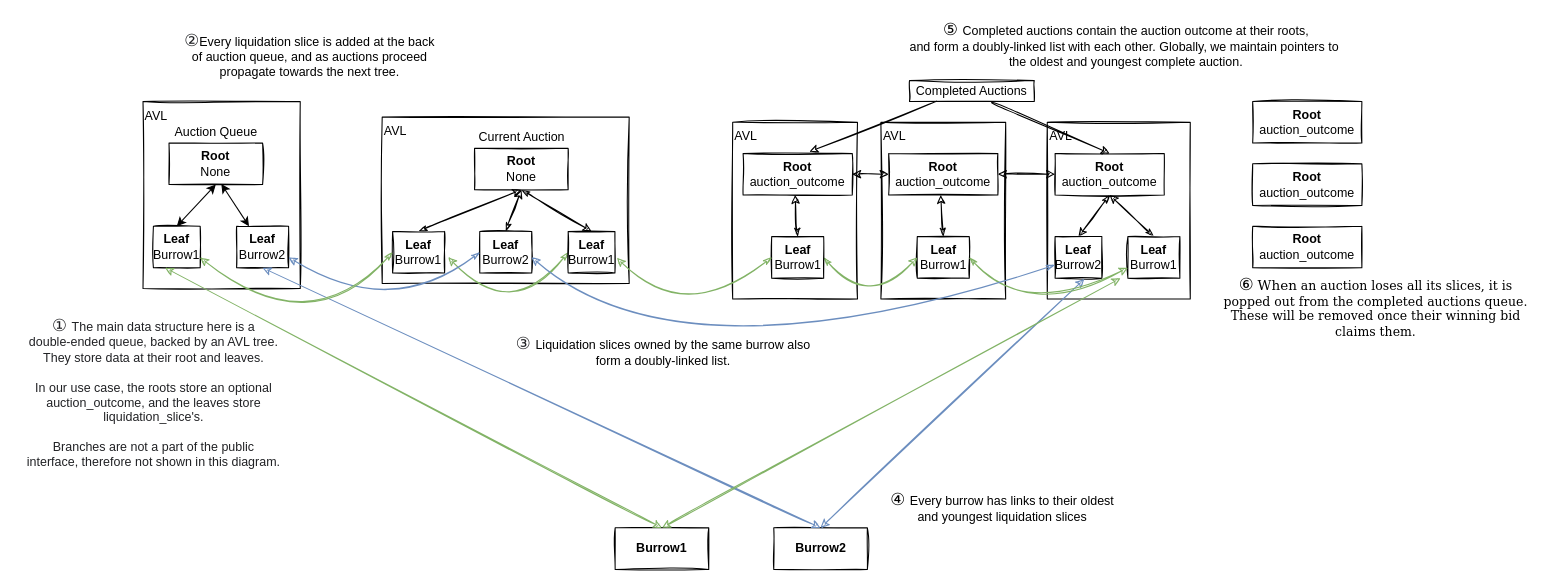
tezos-checker/checker keeps this draw.io diagram as docs/avl_diagram.drawio. Above is the earlier version. Source tidied: cells renumbered, new cells numbered last; positions are measured from the earlier drawing's top-left corner, leaving out a move shared by most shapes. Both pictures are drawn from the tidied source at 104%, with x=0, y=0 at pixel (18, 18).
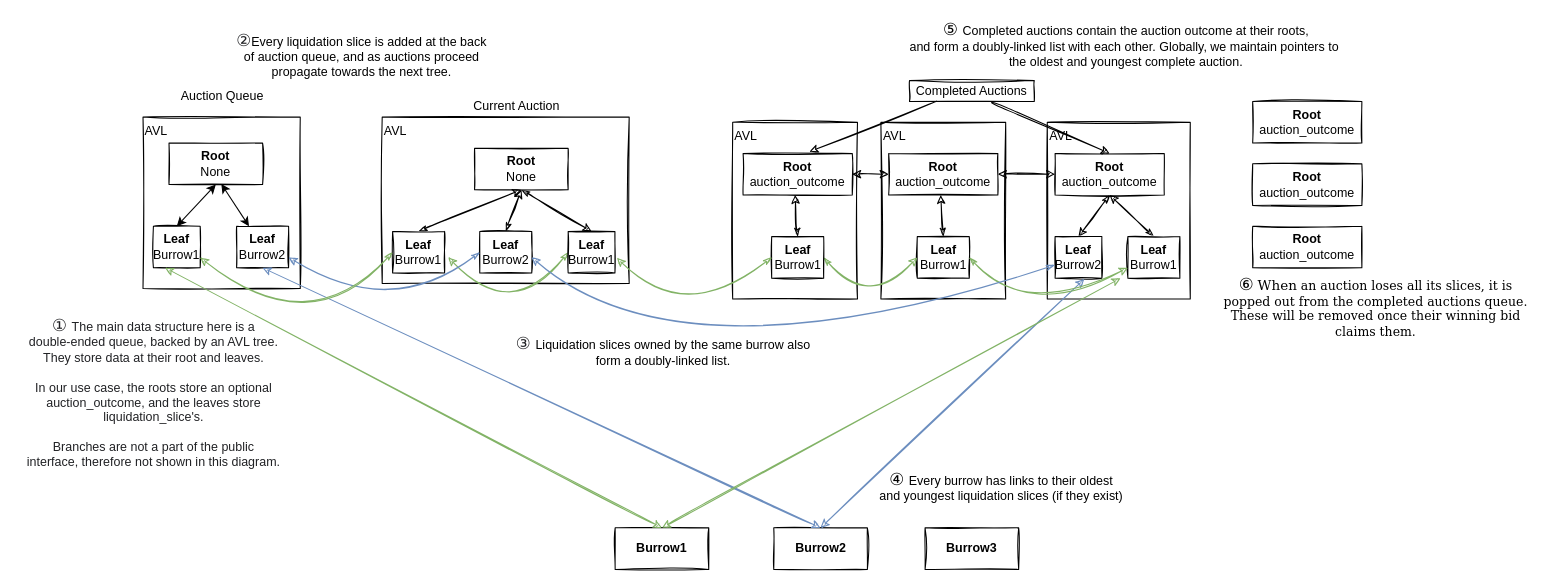
After the change.

Commit message:
Minor updates to the AVL diagram

Diff of the diagram source:
```diff
@@
     <mxCell id="6" value="AVL" style="rounded=0;whiteSpace=wrap;html=1;fillColor=none;sketch=1;align=left;verticalAlign=top;" parent="1" vertex="1">
-      <mxGeometry x="120" y="80" width="151.2" height="180" as="geometry" />
+      <mxGeometry x="120" y="95" width="151.2" height="165" as="geometry" />
     </mxCell>
@@
     <mxCell id="9" value="Current Auction&lt;br&gt;" style="text;html=1;align=center;verticalAlign=middle;sketch=1;" parent="1" vertex="1">
-      <mxGeometry x="433.8" y="105" width="100" height="20" as="geometry" />
+      <mxGeometry x="428.8" y="75" width="100" height="20" as="geometry" />
     </mxCell>
     <mxCell id="10" value="Auction Queue" style="text;html=1;align=center;verticalAlign=middle;sketch=1;" parent="1" vertex="1">
-      <mxGeometry x="145" y="100" width="90" height="20" as="geometry" />
+      <mxGeometry x="150.6" y="65" width="90" height="20" as="geometry" />
     </mxCell>
@@
-    <mxCell id="48" value="&lt;span style=&quot;font-family: &amp;#34;dejavu serif&amp;#34; ; font-size: medium&quot;&gt;④&lt;/span&gt;&lt;span style=&quot;color: rgb(32 , 33 , 36) ; font-family: &amp;#34;arial&amp;#34; , sans-serif ; font-size: 16px ; text-align: left ; background-color: rgb(255 , 255 , 255)&quot;&gt;&amp;nbsp;&lt;/span&gt;Every burrow has links to their oldest&lt;br&gt;and youngest liquidation slices" style="text;html=1;align=center;verticalAlign=middle;" parent="1" vertex="1">
-      <mxGeometry x="831" y="455" width="230" height="30" as="geometry" />
+    <mxCell id="48" value="&lt;span style=&quot;font-family: &amp;#34;dejavu serif&amp;#34; ; font-size: medium&quot;&gt;④&lt;/span&gt;&lt;span style=&quot;color: rgb(32 , 33 , 36) ; font-family: &amp;#34;arial&amp;#34; , sans-serif ; font-size: 16px ; text-align: left ; background-color: rgb(255 , 255 , 255)&quot;&gt;&amp;nbsp;&lt;/span&gt;Every burrow has links to their oldest&lt;br&gt;and youngest liquidation slices (if they exist)" style="text;html=1;align=center;verticalAlign=middle;" parent="1" vertex="1">
+      <mxGeometry x="819.5" y="435" width="250" height="30" as="geometry" />
     </mxCell>
@@
     <mxCell id="55" value="&lt;span style=&quot;color: rgb(32 , 33 , 36) ; font-family: &amp;#34;arial&amp;#34; , sans-serif ; font-size: 16px ; text-align: left ; background-color: rgb(255 , 255 , 255)&quot;&gt;②&lt;/span&gt;Every liquidation slice is added at the back&lt;br&gt;of auction queue, and as auctions proceed&lt;br&gt;propagate towards the next tree." style="text;html=1;align=center;verticalAlign=middle;" parent="1" vertex="1">
-      <mxGeometry x="150" y="10" width="260" height="50" as="geometry" />
+      <mxGeometry x="200" y="10" width="260" height="50" as="geometry" />
     </mxCell>
@@
+    <mxCell id="59" value="&lt;span&gt;Burrow3&lt;br&gt;&lt;/span&gt;" style="rounded=0;whiteSpace=wrap;html=1;sketch=1;fontStyle=1;" parent="1" vertex="1">
+      <mxGeometry x="872" y="490" width="90" height="40" as="geometry" />
+    </mxCell>
```
